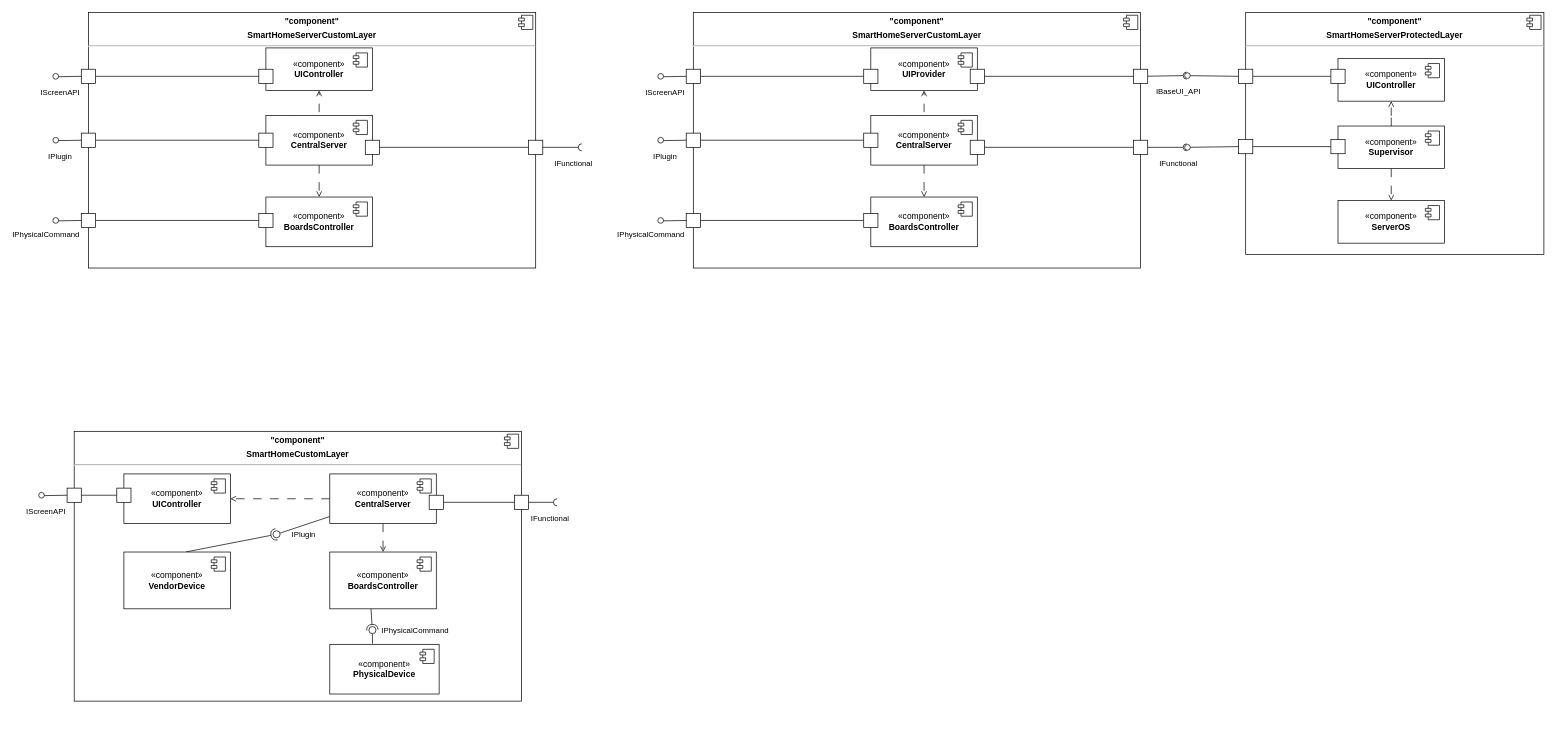
Earlier version of the draw.io diagram LAB3/components.drawio (tireks/OOAP). Source tidied: cells renumbered, new cells numbered last; positions are measured from the earlier drawing's top-left corner, leaving out a move shared by most shapes. Both pictures are drawn from the tidied source at 71%, with x=0, y=0 at pixel (38, 12).
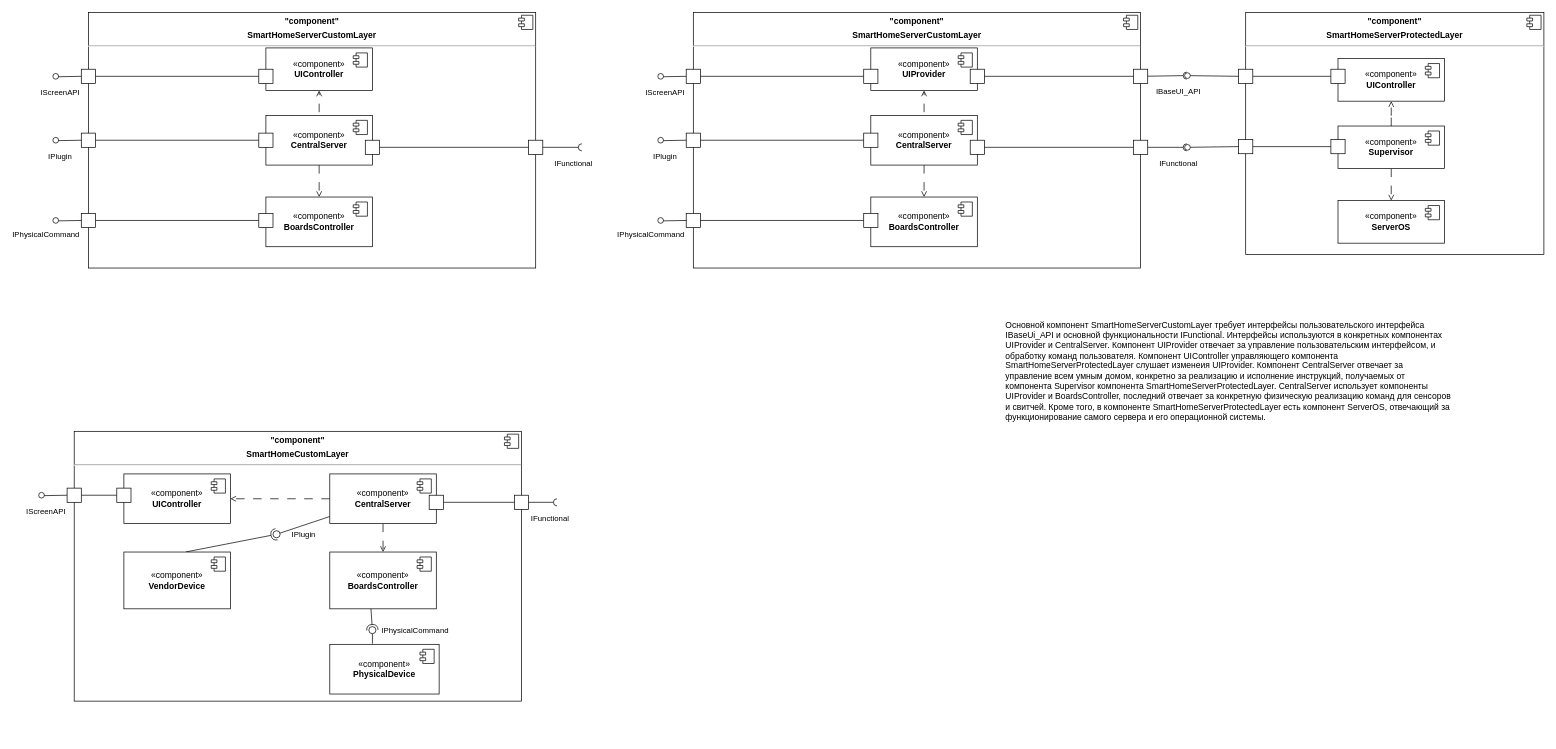
Above is the later version.

The edit, as a diff of the source:
```diff
@@
+    <mxCell id="124" value="Основной компонент SmartHomeServerCustomLayer требует интерфейсы пользовательского интерфейса IBaseUi_API и основной функциональности IFunctional. Интерфейсы используются в конкретных компонентах UIProvider и CentralServer. Компонент UIProvider отвечает за управление пользовательским интерфейсом, и обработку команд пользователя. Компонент UIController управляющего компонента SmartHomeServerProtectedLayer слушает изменеия UIProvider. Компонент CentralServer отвечает за управление всем умным домом, конкретно за реализацию и исполнение инструкций, получаемых от компонента Supervisor компонента SmartHomeServerProtectedLayer. CentralServer использует компоненты UIProvider и BoardsController, последний отвечает за конкретную физическую реализацию команд для сенсоров и свитчей. Кроме того, в компоненте SmartHomeServerProtectedLayer есть компонент ServerOS, отвечающий за функционирование самого сервера и его операционной системы." style="text;html=1;strokeColor=none;fillColor=none;align=left;verticalAlign=middle;whiteSpace=wrap;rounded=0;" parent="1" vertex="1">
+      <mxGeometry x="1360" y="420" width="630" height="170" as="geometry" />
+    </mxCell>
```
